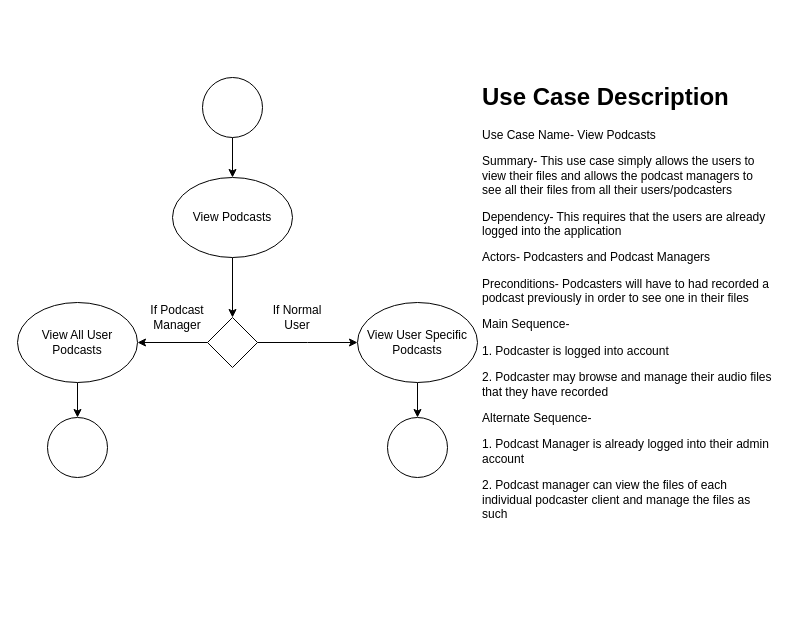
Glizzus/COMP-3700 keeps this draw.io diagram as viewpodcastacitvitydiagram.drawio. Above is the earlier version. Source tidied: cells renumbered, new cells numbered last; positions are measured from the earlier drawing's top-left corner, leaving out a move shared by most shapes. Both pictures are drawn from the tidied source at 100%, with x=0, y=0 at pixel (17, 77).
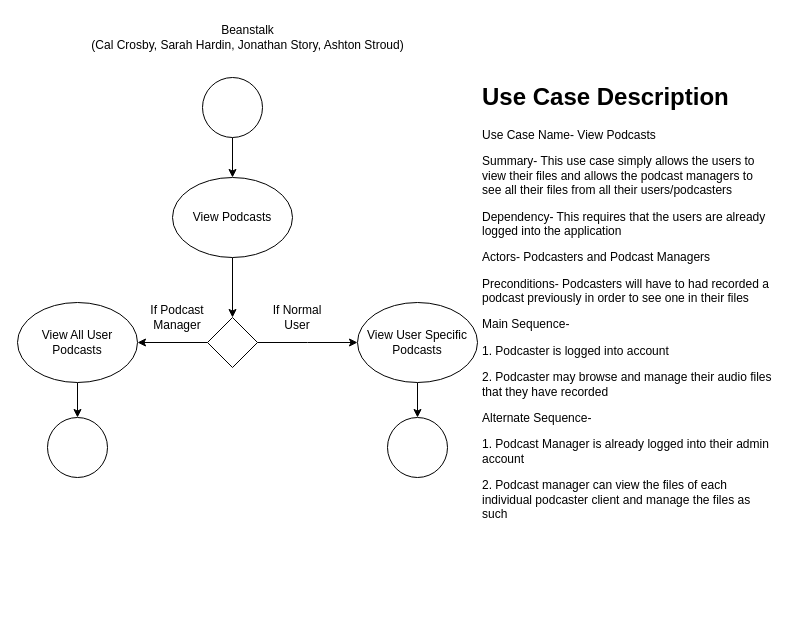
Above is the later version.

What changed in the source:
```diff
@@
 <mxGraphModel>
   <root>
     <mxCell id="0" />
     <mxCell id="1" parent="0" />
     <mxCell id="2" style="edgeStyle=orthogonalEdgeStyle;rounded=0;jettySize=auto;html=1;entryX=0.5;entryY=0;entryDx=0;entryDy=0;" parent="1" edge="1" source="3" target="5">
       <mxGeometry relative="1" as="geometry" />
     </mxCell>
     <mxCell id="3" style="ellipse;whiteSpace=wrap;html=1;" parent="1" vertex="1">
       <mxGeometry x="185" width="60" height="60" as="geometry" />
     </mxCell>
     <mxCell id="4" style="edgeStyle=orthogonalEdgeStyle;rounded=0;jettySize=auto;html=1;entryX=0.5;entryY=0;entryDx=0;entryDy=0;" parent="1" edge="1" source="5" target="8">
       <mxGeometry relative="1" as="geometry" />
     </mxCell>
     <mxCell id="5" value="View Podcasts" style="ellipse;whiteSpace=wrap;html=1;" parent="1" vertex="1">
       <mxGeometry x="155" y="100" width="120" height="80" as="geometry" />
     </mxCell>
     <mxCell id="6" style="edgeStyle=orthogonalEdgeStyle;rounded=0;jettySize=auto;html=1;" parent="1" edge="1" source="8">
       <mxGeometry relative="1" as="geometry">
         <mxPoint x="340" y="265" as="targetPoint" />
       </mxGeometry>
     </mxCell>
     <mxCell id="7" style="edgeStyle=orthogonalEdgeStyle;rounded=0;jettySize=auto;html=1;entryX=1;entryY=0.5;entryDx=0;entryDy=0;" parent="1" edge="1" source="8" target="10">
       <mxGeometry relative="1" as="geometry" />
     </mxCell>
     <mxCell id="8" style="rhombus;whiteSpace=wrap;html=1;" parent="1" vertex="1">
       <mxGeometry x="190" y="240" width="50" height="50" as="geometry" />
     </mxCell>
     <mxCell id="9" style="edgeStyle=orthogonalEdgeStyle;rounded=0;jettySize=auto;html=1;entryX=0.5;entryY=0;entryDx=0;entryDy=0;" parent="1" edge="1" source="10" target="15">
       <mxGeometry relative="1" as="geometry" />
     </mxCell>
     <mxCell id="10" value="View All User Podcasts" style="ellipse;whiteSpace=wrap;html=1;" parent="1" vertex="1">
       <mxGeometry y="225" width="120" height="80" as="geometry" />
     </mxCell>
     <mxCell id="11" style="edgeStyle=orthogonalEdgeStyle;rounded=0;jettySize=auto;html=1;entryX=0.5;entryY=0;entryDx=0;entryDy=0;" parent="1" edge="1" source="12" target="16">
       <mxGeometry relative="1" as="geometry" />
     </mxCell>
     <mxCell id="12" value="View User Specific Podcasts" style="ellipse;whiteSpace=wrap;html=1;" parent="1" vertex="1">
       <mxGeometry x="340" y="225" width="120" height="80" as="geometry" />
     </mxCell>
     <mxCell id="13" value="If Podcast Manager" style="text;html=1;strokeColor=none;fillColor=none;align=center;verticalAlign=middle;whiteSpace=wrap;rounded=0;" parent="1" vertex="1">
       <mxGeometry x="130" y="225" width="60" height="30" as="geometry" />
     </mxCell>
     <mxCell id="14" value="If Normal User" style="text;html=1;strokeColor=none;fillColor=none;align=center;verticalAlign=middle;whiteSpace=wrap;rounded=0;" parent="1" vertex="1">
       <mxGeometry x="250" y="225" width="60" height="30" as="geometry" />
     </mxCell>
     <mxCell id="15" style="ellipse;whiteSpace=wrap;html=1;" parent="1" vertex="1">
       <mxGeometry x="30" y="340" width="60" height="60" as="geometry" />
     </mxCell>
     <mxCell id="16" style="ellipse;whiteSpace=wrap;html=1;" parent="1" vertex="1">
       <mxGeometry x="370" y="340" width="60" height="60" as="geometry" />
     </mxCell>
     <mxCell id="17" value="&lt;h1&gt;Use Case Description&lt;/h1&gt;&lt;p&gt;Use Case Name- View Podcasts&lt;/p&gt;&lt;p&gt;Summary- This use case simply allows the users to view their files and allows the podcast managers to see all their files from all their users/podcasters&lt;/p&gt;&lt;p&gt;Dependency- This requires that the users are already logged into the application&lt;/p&gt;&lt;p&gt;Actors- Podcasters and Podcast Managers&lt;/p&gt;&lt;p&gt;Preconditions- Podcasters will have to had recorded a podcast previously in order to see one in their files&lt;/p&gt;&lt;p&gt;Main Sequence-&amp;nbsp;&lt;/p&gt;&lt;p&gt;1. Podcaster is logged into account&lt;/p&gt;&lt;p&gt;2. Podcaster may browse and manage their audio files that they have recorded&lt;/p&gt;&lt;p&gt;Alternate Sequence-&amp;nbsp;&lt;/p&gt;&lt;p&gt;1. Podcast Manager is already logged into their admin account&lt;/p&gt;&lt;p&gt;2. Podcast manager can view the files of each individual podcaster client and manage the files as such&lt;/p&gt;&lt;p&gt;&lt;br&gt;&lt;/p&gt;" style="text;html=1;strokeColor=none;fillColor=none;spacing=5;spacingTop=-20;whiteSpace=wrap;overflow=hidden;rounded=0;" parent="1" vertex="1">
       <mxGeometry x="460" width="300" height="530" as="geometry" />
     </mxCell>
+    <mxCell id="18" value="Beanstalk&lt;br&gt;(Cal Crosby, Sarah Hardin, Jonathan Story, Ashton Stroud)" style="text;html=1;align=center;verticalAlign=middle;strokeColor=none;fillColor=none;rotation=0;" parent="1" vertex="1">
+      <mxGeometry x="60" y="-60" width="340" height="40" as="geometry" />
+    </mxCell>
   </root>
 </mxGraphModel>
```
